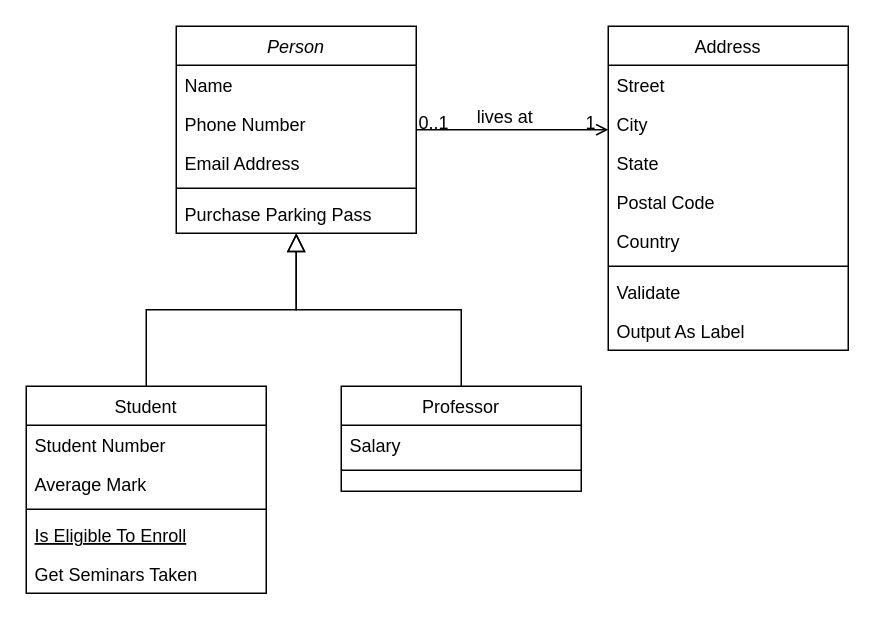
The draw.io diagram Диаграмма классов.drawio in astra463/web-larek-frontend, before the edit. Source tidied: cells renumbered, new cells numbered last; positions are measured from the earlier drawing's top-left corner, leaving out a move shared by most shapes. Both pictures are drawn from the tidied source at 150%, with x=0, y=0 at pixel (26, 26).
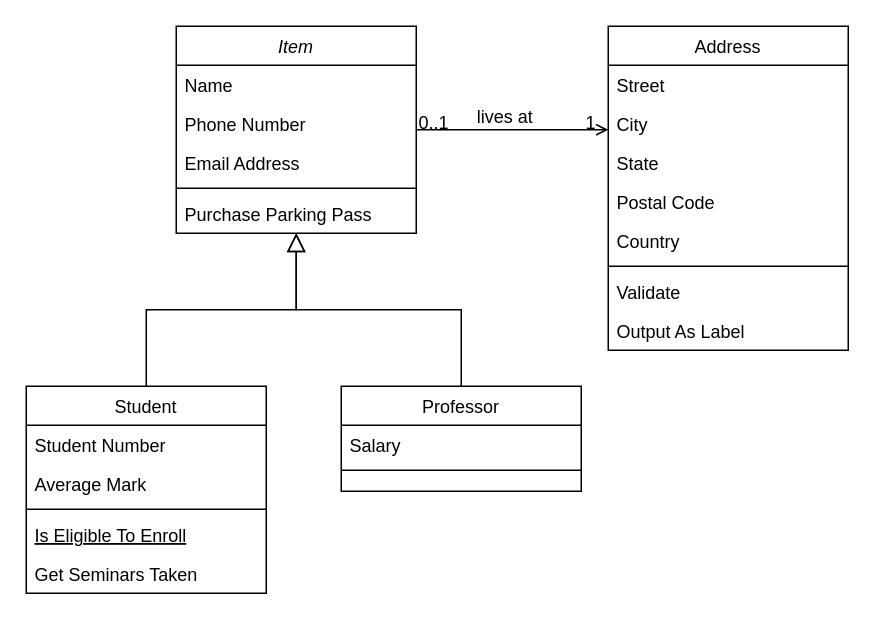
After the change.

Change to the diagram source:
```diff
@@
-    <mxCell id="2" value="Person" style="swimlane;fontStyle=2;align=center;verticalAlign=top;horizontal=1;startSize=26;rounded=0;shadow=0;strokeWidth=1;" parent="1" vertex="1">
+    <mxCell id="2" value="Item" style="swimlane;fontStyle=2;align=center;verticalAlign=top;horizontal=1;startSize=26;rounded=0;shadow=0;strokeWidth=1;" parent="1" vertex="1">
       <mxGeometry x="100" width="160" height="138" as="geometry" />
     </mxCell>
```
